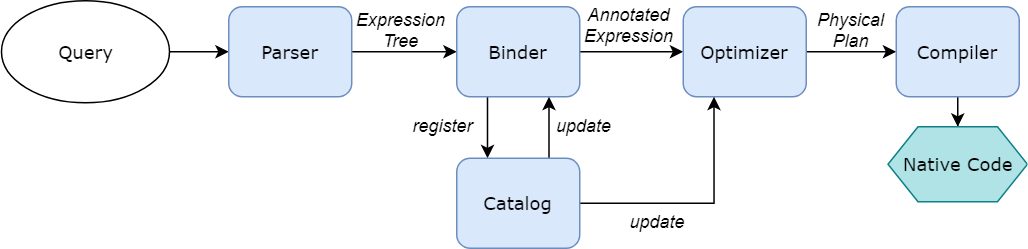
The draw.io diagram images/QueryCompilation.png in tpan496/Thesis, before a commit. Source tidied: cells renumbered, new cells last; positions are measured from the earlier drawing's top-left corner, leaving out a move shared by most shapes.
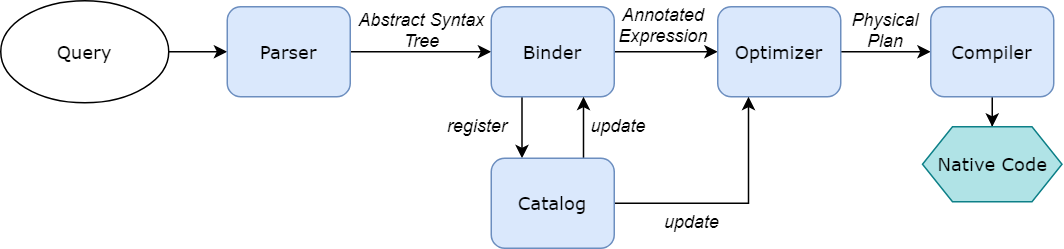
The same diagram one commit later.

What changed in the source:
```diff
@@ -12,13 +12,13 @@
       <mxGeometry relative="1" as="geometry" />
     </mxCell>
     <mxCell id="4" value="&lt;font face=&quot;Verdana&quot;&gt;Query&lt;/font&gt;" style="ellipse;whiteSpace=wrap;html=1;" parent="1" vertex="1">
-      <mxGeometry x="-0.5" width="112" height="68" as="geometry" />
+      <mxGeometry x="-24" width="112" height="68" as="geometry" />
     </mxCell>
     <mxCell id="5" style="edgeStyle=orthogonalEdgeStyle;rounded=0;jettySize=auto;html=1;exitX=1;exitY=0.5;exitDx=0;exitDy=0;" parent="1" edge="1" source="6" target="9">
       <mxGeometry relative="1" as="geometry" />
     </mxCell>
     <mxCell id="6" value="&lt;font face=&quot;Verdana&quot;&gt;Parser&lt;/font&gt;" style="rounded=1;whiteSpace=wrap;html=1;fillColor=#dae8fc;strokeColor=#6c8ebf;" parent="1" vertex="1">
-      <mxGeometry x="151" y="4" width="82" height="60" as="geometry" />
+      <mxGeometry x="127" y="4" width="82" height="60" as="geometry" />
     </mxCell>
     <mxCell id="7" style="edgeStyle=orthogonalEdgeStyle;rounded=0;jettySize=auto;html=1;exitX=1;exitY=0.5;exitDx=0;exitDy=0;" parent="1" edge="1" source="9" target="11">
       <mxGeometry relative="1" as="geometry" />
@@ -56,8 +56,8 @@
     <mxCell id="18" value="&lt;i&gt;Physical&lt;br&gt;Plan&lt;/i&gt;" style="text;html=1;strokeColor=none;fillColor=none;align=center;verticalAlign=middle;whiteSpace=wrap;rounded=0;" parent="1" vertex="1">
       <mxGeometry x="546" y="9" width="40" height="20" as="geometry" />
     </mxCell>
-    <mxCell id="19" value="&lt;i&gt;Expression Tree&lt;/i&gt;" style="text;html=1;strokeColor=none;fillColor=none;align=center;verticalAlign=middle;whiteSpace=wrap;rounded=0;" parent="1" vertex="1">
-      <mxGeometry x="246" y="9" width="40" height="20" as="geometry" />
+    <mxCell id="19" value="&lt;i&gt;Abstract Syntax Tree&lt;/i&gt;" style="text;html=1;strokeColor=none;fillColor=none;align=center;verticalAlign=middle;whiteSpace=wrap;rounded=0;" parent="1" vertex="1">
+      <mxGeometry x="211" y="9" width="92" height="20" as="geometry" />
     </mxCell>
     <mxCell id="20" value="&lt;i&gt;Annotated&lt;br&gt;Expression&lt;/i&gt;" style="text;html=1;strokeColor=none;fillColor=none;align=center;verticalAlign=middle;whiteSpace=wrap;rounded=0;" parent="1" vertex="1">
       <mxGeometry x="398" y="6" width="40" height="20" as="geometry" />
@@ -71,5 +71,8 @@
     <mxCell id="23" value="&lt;i&gt;update&lt;/i&gt;" style="text;html=1;strokeColor=none;fillColor=none;align=center;verticalAlign=middle;whiteSpace=wrap;rounded=0;" parent="1" vertex="1">
       <mxGeometry x="417" y="137" width="40" height="20" as="geometry" />
     </mxCell>
+    <mxCell id="24" style="edgeStyle=none;rounded=0;orthogonalLoop=1;jettySize=auto;html=1;exitX=0.25;exitY=0;exitDx=0;exitDy=0;fontFamily=Verdana;" parent="1" edge="1" source="19" target="19">
+      <mxGeometry relative="1" as="geometry" />
+    </mxCell>
   </root>
 </mxGraphModel>
```
